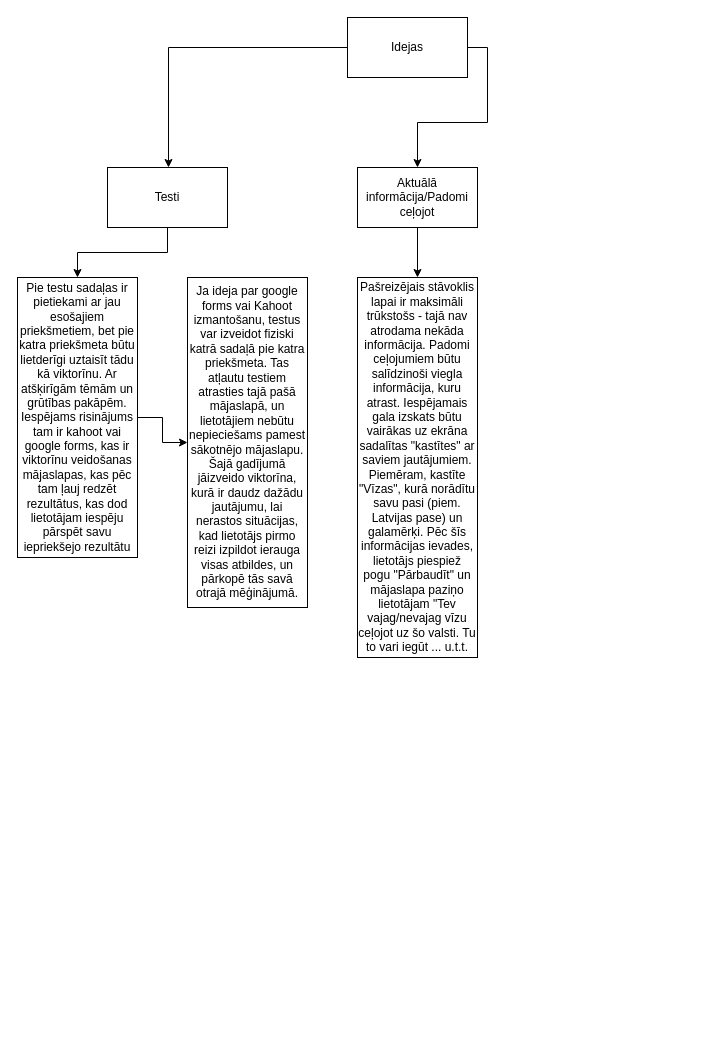
The draw.io diagram Untitled Diagram.drawio in sneeZ1E/test, before the edit. Source tidied: cells renumbered, new cells numbered last; positions are measured from the earlier drawing's top-left corner, leaving out a move shared by most shapes. Both pictures are drawn from the tidied source at 100%, with x=0, y=0 at pixel (17, 17).
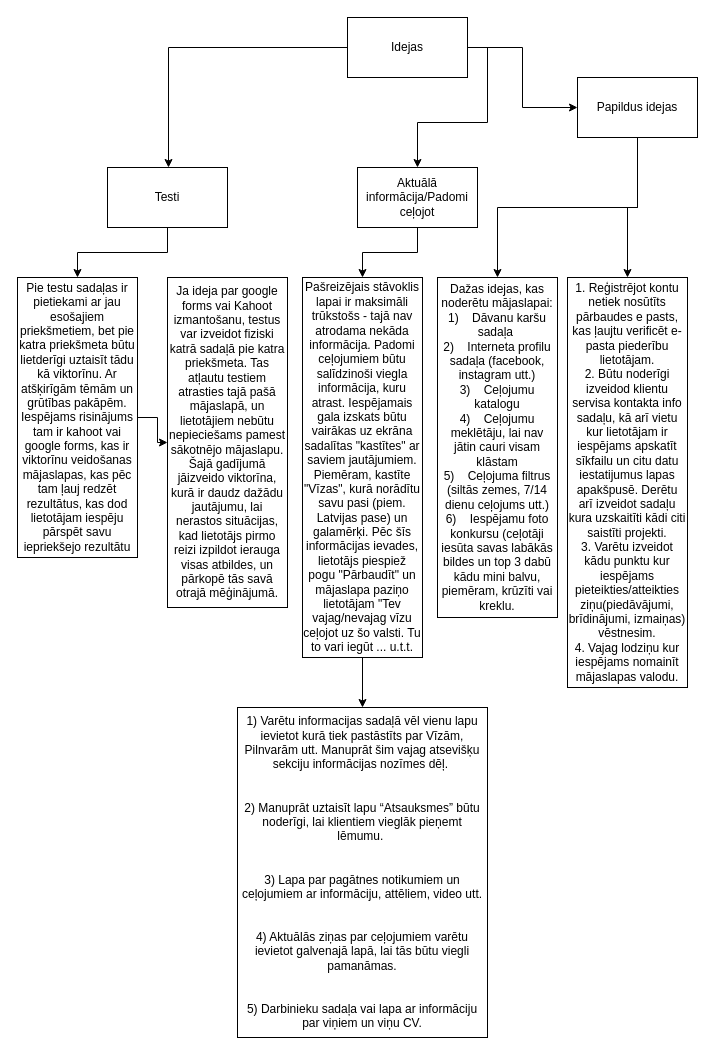
The same diagram, later.

Commit message:
Pilnā versija

Unchanged cells that the change refers to:
```xml
<mxCell id="4" value="Idejas" style="rounded=0;whiteSpace=wrap;html=1;" parent="1" vertex="1">
  <mxGeometry x="330" width="120" height="60" as="geometry" />
</mxCell>
```

Diff of the diagram source:
```diff
@@
+    <mxCell id="14" style="edgeStyle=orthogonalEdgeStyle;rounded=0;jettySize=auto;html=1;exitX=1;exitY=0.5;exitDx=0;exitDy=0;entryX=0;entryY=0.5;entryDx=0;entryDy=0;" parent="1" edge="1" source="4" target="18">
+      <mxGeometry relative="1" as="geometry" />
+    </mxCell>
@@
     <mxCell id="12" value="Ja ideja par google forms vai Kahoot izmantošanu, testus var izveidot fiziski katrā sadaļā pie katra priekšmeta. Tas atļautu testiem atrasties tajā pašā mājaslapā, un lietotājiem nebūtu nepieciešams pamest sākotnējo mājaslapu. Šajā gadījumā jāizveido viktorīna, kurā ir daudz dažādu jautājumu, lai nerastos situācijas, kad lietotājs pirmo reizi izpildot ierauga visas atbildes, un pārkopē tās savā otrajā mēģinājumā." style="rounded=0;whiteSpace=wrap;html=1;" parent="1" vertex="1">
-      <mxGeometry x="170" y="260" width="120" height="330" as="geometry" />
+      <mxGeometry x="150" y="260" width="120" height="330" as="geometry" />
     </mxCell>
+    <mxCell id="15" style="edgeStyle=orthogonalEdgeStyle;rounded=0;jettySize=auto;html=1;exitX=0.5;exitY=1;exitDx=0;exitDy=0;entryX=0.5;entryY=0;entryDx=0;entryDy=0;" parent="1" edge="1" source="13" target="21">
+      <mxGeometry relative="1" as="geometry" />
+    </mxCell>
     <mxCell id="13" value="Pašreizējais stāvoklis lapai ir maksimāli trūkstošs - tajā nav atrodama nekāda informācija. Padomi ceļojumiem būtu salīdzinoši viegla informācija, kuru atrast. Iespējamais gala izskats būtu vairākas uz ekrāna sadalītas &quot;kastītes&quot; ar saviem jautājumiem. Piemēram, kastīte &quot;Vīzas&quot;, kurā norādītu savu pasi (piem. Latvijas pase) un galamērķi. Pēc šīs informācijas ievades, lietotājs piespiež pogu &quot;Pārbaudīt&quot; un mājaslapa paziņo lietotājam &quot;Tev vajag/nevajag vīzu ceļojot uz šo valsti. Tu to vari iegūt ... u.t.t." style="rounded=0;whiteSpace=wrap;html=1;" parent="1" vertex="1">
-      <mxGeometry x="340" y="260" width="120" height="380" as="geometry" />
+      <mxGeometry x="285" y="260" width="120" height="380" as="geometry" />
     </mxCell>
+    <mxCell id="16" style="edgeStyle=orthogonalEdgeStyle;rounded=0;jettySize=auto;html=1;exitX=0.5;exitY=1;exitDx=0;exitDy=0;entryX=0.5;entryY=0;entryDx=0;entryDy=0;" parent="1" edge="1" source="18" target="19">
+      <mxGeometry relative="1" as="geometry" />
+    </mxCell>
+    <mxCell id="17" style="edgeStyle=orthogonalEdgeStyle;rounded=0;jettySize=auto;html=1;entryX=0.5;entryY=0;entryDx=0;entryDy=0;" parent="1" edge="1" source="18" target="20">
+      <mxGeometry relative="1" as="geometry" />
+    </mxCell>
+    <mxCell id="18" value="Papildus idejas" style="rounded=0;whiteSpace=wrap;html=1;" parent="1" vertex="1">
+      <mxGeometry x="560" y="60" width="120" height="60" as="geometry" />
+    </mxCell>
+    <mxCell id="19" value="Dažas idejas, kas noderētu mājaslapai:&#10;1)    Dāvanu karšu sadaļa &#10;2)    Interneta profilu sadaļa (facebook, instagram utt.)&#10;3)    Ceļojumu katalogu&#10;4)    Ceļojumu meklētāju, lai nav jātin cauri visam klāstam&#10;5)    Ceļojuma filtrus (siltās zemes, 7/14 dienu ceļojums utt.)&#10;6)    Iespējamu foto konkursu (ceļotāji iesūta savas labākās bildes un top 3 dabū kādu mini balvu, piemēram, krūzīti vai kreklu." style="rounded=0;whiteSpace=wrap;html=1;" parent="1" vertex="1">
+      <mxGeometry x="420" y="260" width="120" height="340" as="geometry" />
+    </mxCell>
+    <mxCell id="20" value="1. Reģistrējot kontu netiek nosūtīts pārbaudes e pasts, kas ļaujtu verificēt e-pasta piederību lietotājam.&#10;2. Būtu noderīgi izveidod klientu servisa kontakta info sadaļu, kā arī vietu kur lietotājam ir iespējams apskatīt sīkfailu un citu datu iestatijumus lapas apakšpusē. Derētu arī izveidot sadaļu kura uzskaitīti kādi citi saistīti projekti.&#10;3. Varētu izveidot kādu punktu kur iespējams pieteikties/atteikties ziņu(piedāvājumi, brīdinājumi, izmaiņas) vēstnesim.&#10;4. Vajag lodziņu kur iespējams nomainīt mājaslapas valodu." style="rounded=0;whiteSpace=wrap;html=1;" parent="1" vertex="1">
+      <mxGeometry x="550" y="260" width="120" height="410" as="geometry" />
+    </mxCell>
+    <mxCell id="21" value="1) Varētu informacijas sadaļā vēl vienu lapu ievietot kurā tiek pastāstīts par Vīzām, Pilnvarām utt. Manuprāt šim vajag atsevišķu sekciju informācijas nozīmes dēļ. &#10;&#10;&#10;2) Manuprāt uztaisīt lapu “Atsauksmes” būtu noderīgi, lai klientiem vieglāk pieņemt lēmumu. &#10;&#10;&#10;3) Lapa par pagātnes notikumiem un ceļojumiem ar informāciju, attēliem, video utt.&#10;&#10;&#10;4) Aktuālās ziņas par ceļojumiem varētu ievietot galvenajā lapā, lai tās būtu viegli pamanāmas.&#10;&#10;&#10;5) Darbinieku sadaļa vai lapa ar informāciju par viņiem un viņu CV." style="rounded=0;whiteSpace=wrap;html=1;" parent="1" vertex="1">
+      <mxGeometry x="220" y="690" width="250" height="330" as="geometry" />
+    </mxCell>
```
